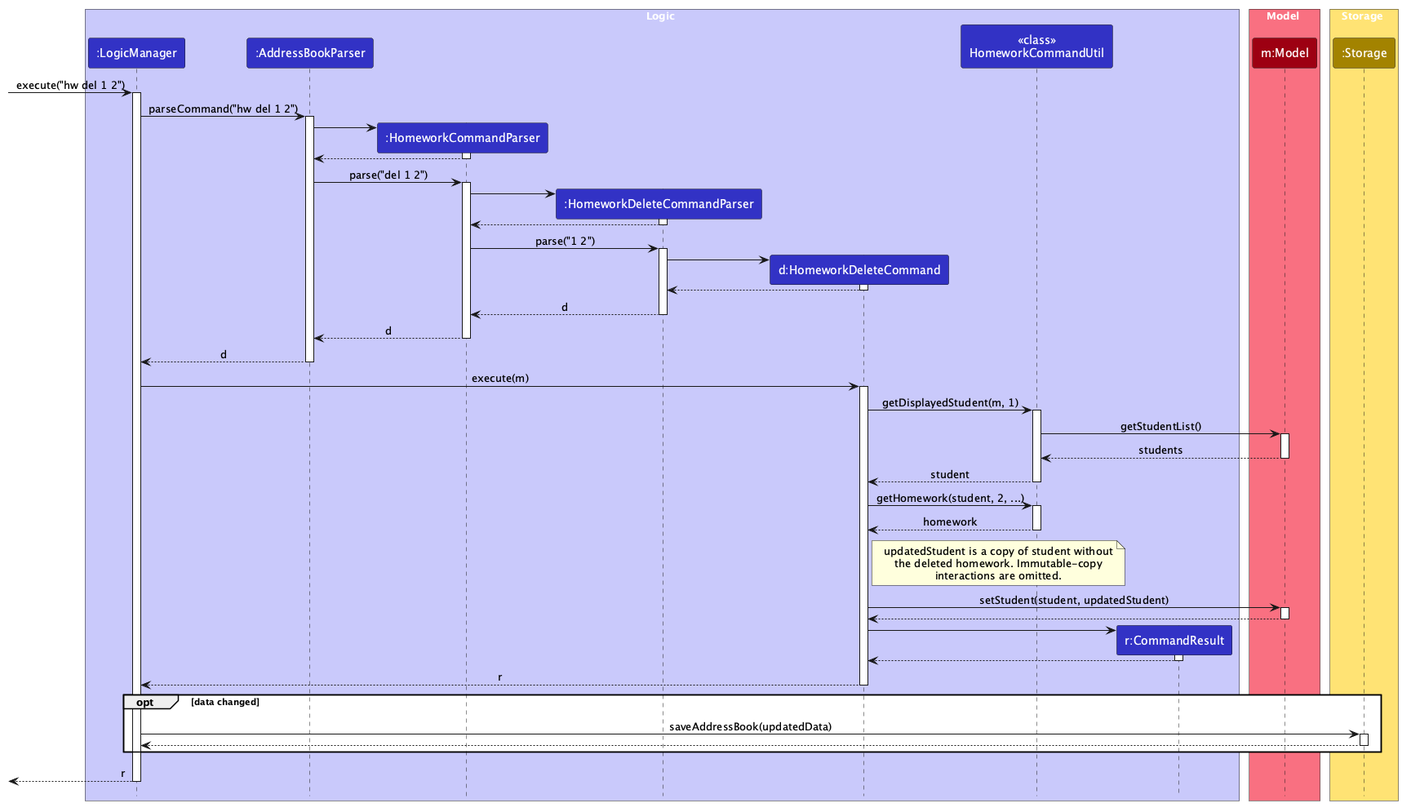
Earlier version of the PlantUML export docs/images/HomeworkDeleteSequenceDiagram.png (AY2627S1-CS2103-F12-1/tp). The source it was exported from:
```plantuml
@startuml
!include style.puml
skinparam ArrowFontStyle plain

box Logic LOGIC_COLOR_T1
participant ":LogicManager" as LogicManager LOGIC_COLOR
participant ":AddressBookParser" as AddressBookParser LOGIC_COLOR
participant ":HomeworkCommandParser" as HomeworkCommandParser LOGIC_COLOR
participant ":HomeworkDeleteCommandParser" as HomeworkDeleteCommandParser LOGIC_COLOR
participant "d:HomeworkDeleteCommand" as HomeworkDeleteCommand LOGIC_COLOR
participant "<<class>>\nHomeworkCommandUtil" as HomeworkCommandUtil LOGIC_COLOR
participant "r:CommandResult" as CommandResult LOGIC_COLOR
end box

box Model MODEL_COLOR_T1
participant "m:Model" as Model MODEL_COLOR
end box

box Storage STORAGE_COLOR_T1
participant ":Storage" as Storage STORAGE_COLOR
end box

[-> LogicManager : execute("hw del 1 2")
activate LogicManager

LogicManager -> AddressBookParser : parseCommand("hw del 1 2")
activate AddressBookParser

create HomeworkCommandParser
AddressBookParser -> HomeworkCommandParser
activate HomeworkCommandParser

HomeworkCommandParser --> AddressBookParser
deactivate HomeworkCommandParser

AddressBookParser -> HomeworkCommandParser : parse("del 1 2")
activate HomeworkCommandParser

create HomeworkDeleteCommandParser
HomeworkCommandParser -> HomeworkDeleteCommandParser
activate HomeworkDeleteCommandParser

HomeworkDeleteCommandParser --> HomeworkCommandParser
deactivate HomeworkDeleteCommandParser

HomeworkCommandParser -> HomeworkDeleteCommandParser : parse("1 2")
activate HomeworkDeleteCommandParser

create HomeworkDeleteCommand
HomeworkDeleteCommandParser -> HomeworkDeleteCommand
activate HomeworkDeleteCommand

HomeworkDeleteCommand --> HomeworkDeleteCommandParser
deactivate HomeworkDeleteCommand

HomeworkDeleteCommandParser --> HomeworkCommandParser : d
deactivate HomeworkDeleteCommandParser

HomeworkCommandParser --> AddressBookParser : d
deactivate HomeworkCommandParser

AddressBookParser --> LogicManager : d
deactivate AddressBookParser

LogicManager -> HomeworkDeleteCommand : execute(m)
activate HomeworkDeleteCommand

HomeworkDeleteCommand -> HomeworkCommandUtil : getDisplayedStudent(m, 1)
activate HomeworkCommandUtil

HomeworkCommandUtil -> Model : getStudentList()
activate Model

Model --> HomeworkCommandUtil : students
deactivate Model

HomeworkCommandUtil --> HomeworkDeleteCommand : student
deactivate HomeworkCommandUtil

HomeworkDeleteCommand -> HomeworkCommandUtil : getHomework(student, 2, ...)
activate HomeworkCommandUtil

HomeworkCommandUtil --> HomeworkDeleteCommand : homework
deactivate HomeworkCommandUtil

note right of HomeworkDeleteCommand
  updatedStudent is a copy of student without
  the deleted homework. Immutable-copy
  interactions are omitted.
end note
HomeworkDeleteCommand -> Model : setStudent(student, updatedStudent)
activate Model

Model --> HomeworkDeleteCommand
deactivate Model

create CommandResult
HomeworkDeleteCommand -> CommandResult
activate CommandResult

CommandResult --> HomeworkDeleteCommand
deactivate CommandResult

HomeworkDeleteCommand --> LogicManager : r
deactivate HomeworkDeleteCommand

opt data changed
LogicManager -> Storage : saveAddressBook(updatedData)
activate Storage

Storage --> LogicManager
deactivate Storage
end

[<-- LogicManager : r
deactivate LogicManager
@enduml
```
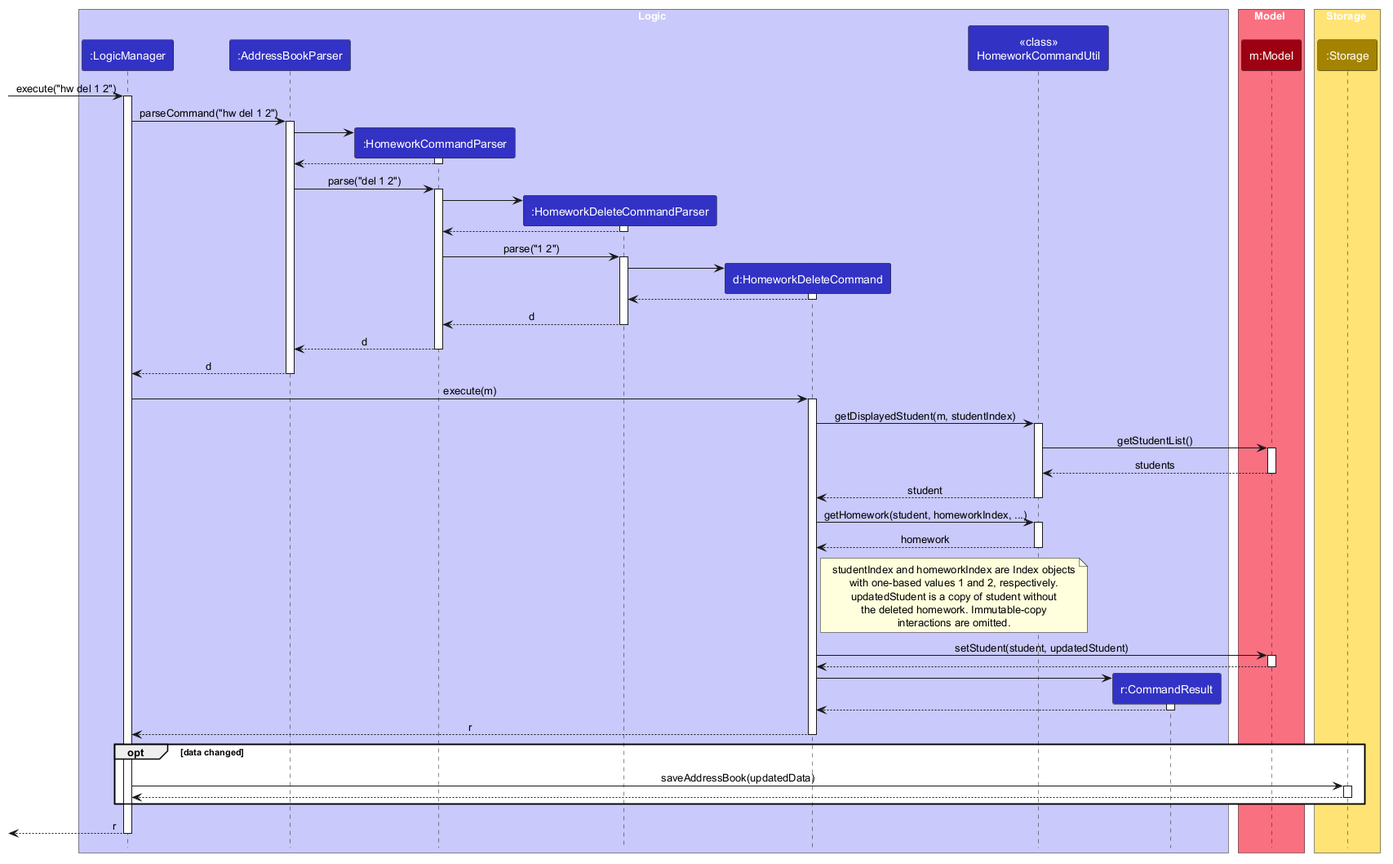
The same diagram one commit later.

Change to the diagram source:
```diff
@@ -65,7 +65,7 @@
 LogicManager -> HomeworkDeleteCommand : execute(m)
 activate HomeworkDeleteCommand
 
-HomeworkDeleteCommand -> HomeworkCommandUtil : getDisplayedStudent(m, 1)
+HomeworkDeleteCommand -> HomeworkCommandUtil : getDisplayedStudent(m, studentIndex)
 activate HomeworkCommandUtil
 
 HomeworkCommandUtil -> Model : getStudentList()
@@ -77,13 +77,15 @@
 HomeworkCommandUtil --> HomeworkDeleteCommand : student
 deactivate HomeworkCommandUtil
 
-HomeworkDeleteCommand -> HomeworkCommandUtil : getHomework(student, 2, ...)
+HomeworkDeleteCommand -> HomeworkCommandUtil : getHomework(student, homeworkIndex, ...)
 activate HomeworkCommandUtil
 
 HomeworkCommandUtil --> HomeworkDeleteCommand : homework
 deactivate HomeworkCommandUtil
 
 note right of HomeworkDeleteCommand
+  studentIndex and homeworkIndex are Index objects
+  with one-based values 1 and 2, respectively.
   updatedStudent is a copy of student without
   the deleted homework. Immutable-copy
   interactions are omitted.
```
